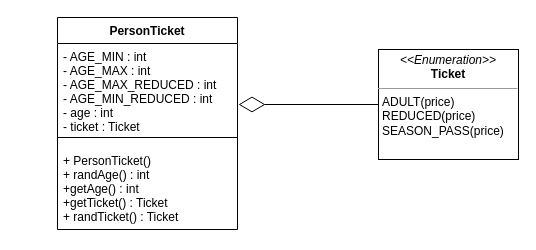
The draw.io diagram page "Page-1" (1 of 4) of Untitled Diagram.drawio in metaphori/students-oop20-liveLand, before the edit. Source tidied: cells renumbered, new cells numbered last; positions are measured from the earlier drawing's top-left corner, leaving out a move shared by most shapes. Both pictures are drawn from the tidied source at 100%, with x=0, y=0 at pixel (57, 17).
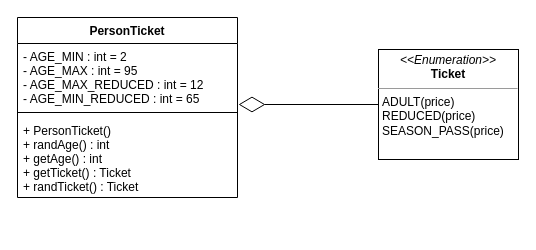
Above is the later version.

Diff of the diagram source:
```diff
@@
 <mxGraphModel>
   <root>
     <mxCell id="0" />
     <mxCell id="1" parent="0" />
     <mxCell id="2" value="&lt;p style=&quot;margin: 0px ; margin-top: 4px ; text-align: center&quot;&gt;&lt;i&gt;&amp;lt;&amp;lt;Enumeration&amp;gt;&amp;gt;&lt;/i&gt;&lt;br&gt;&lt;b&gt;Ticket&lt;/b&gt;&lt;/p&gt;&lt;hr size=&quot;1&quot;&gt;&lt;p style=&quot;margin: 0px ; margin-left: 4px&quot;&gt;ADULT(price)&lt;/p&gt;&lt;p style=&quot;margin: 0px ; margin-left: 4px&quot;&gt;REDUCED(price)&lt;/p&gt;&lt;p style=&quot;margin: 0px ; margin-left: 4px&quot;&gt;SEASON_PASS(price)&lt;/p&gt;" style="verticalAlign=top;align=left;overflow=fill;fontSize=12;fontFamily=Helvetica;html=1;" parent="1" vertex="1">
       <mxGeometry x="321" y="32" width="140" height="110" as="geometry" />
     </mxCell>
     <mxCell id="3" value="PersonTicket" style="swimlane;fontStyle=1;align=center;verticalAlign=top;horizontal=1;startSize=26;" parent="1" vertex="1">
-      <mxGeometry width="180" height="212" as="geometry" />
+      <mxGeometry x="-40" width="220" height="180" as="geometry" />
     </mxCell>
-    <mxCell id="4" value="- AGE_MIN : int&#10;- AGE_MAX : int&#10;- AGE_MAX_REDUCED : int&#10;- AGE_MIN_REDUCED : int&#10;- age : int&#10;- ticket : Ticket&#10;&#10;" style="text;strokeColor=none;fillColor=none;align=left;verticalAlign=top;spacingLeft=4;spacingRight=4;overflow=hidden;" parent="3" vertex="1">
-      <mxGeometry y="26" width="180" height="84" as="geometry" />
+    <mxCell id="4" value="- AGE_MIN : int = 2&#10;- AGE_MAX : int = 95&#10;- AGE_MAX_REDUCED : int = 12&#10;- AGE_MIN_REDUCED : int = 65&#10;&#10;" style="text;strokeColor=none;fillColor=none;align=left;verticalAlign=top;spacingLeft=4;spacingRight=4;overflow=hidden;" parent="3" vertex="1">
+      <mxGeometry y="26" width="220" height="64" as="geometry" />
     </mxCell>
     <mxCell id="5" style="line;strokeWidth=1;fillColor=none;align=left;verticalAlign=middle;spacingTop=-1;spacingLeft=3;spacingRight=3;labelPosition=right;" parent="3" vertex="1">
-      <mxGeometry y="110" width="180" height="20" as="geometry" />
+      <mxGeometry y="90" width="220" height="10" as="geometry" />
     </mxCell>
-    <mxCell id="6" value="+ PersonTicket()&#10;+ randAge() : int&#10;+getAge() : int&#10;+getTicket() : Ticket&#10;+ randTicket() : Ticket" style="text;strokeColor=none;fillColor=none;align=left;verticalAlign=top;spacingLeft=4;spacingRight=4;overflow=hidden;" parent="3" vertex="1">
-      <mxGeometry y="130" width="180" height="82" as="geometry" />
+    <mxCell id="6" value="+ PersonTicket()&#10;+ randAge() : int&#10;+ getAge() : int&#10;+ getTicket() : Ticket&#10;+ randTicket() : Ticket" style="text;strokeColor=none;fillColor=none;align=left;verticalAlign=top;spacingLeft=4;spacingRight=4;overflow=hidden;" parent="3" vertex="1">
+      <mxGeometry y="100" width="220" height="80" as="geometry" />
     </mxCell>
     <mxCell id="7" style="endArrow=diamondThin;endFill=0;endSize=24;html=1;rounded=0;exitX=0;exitY=0.5;exitDx=0;exitDy=0;entryX=1;entryY=0.5;entryDx=0;entryDy=0;" parent="1" edge="1" source="2">
       <mxGeometry relative="1" as="geometry">
         <mxPoint x="181" y="87" as="targetPoint" />
       </mxGeometry>
     </mxCell>
   </root>
 </mxGraphModel>
```
